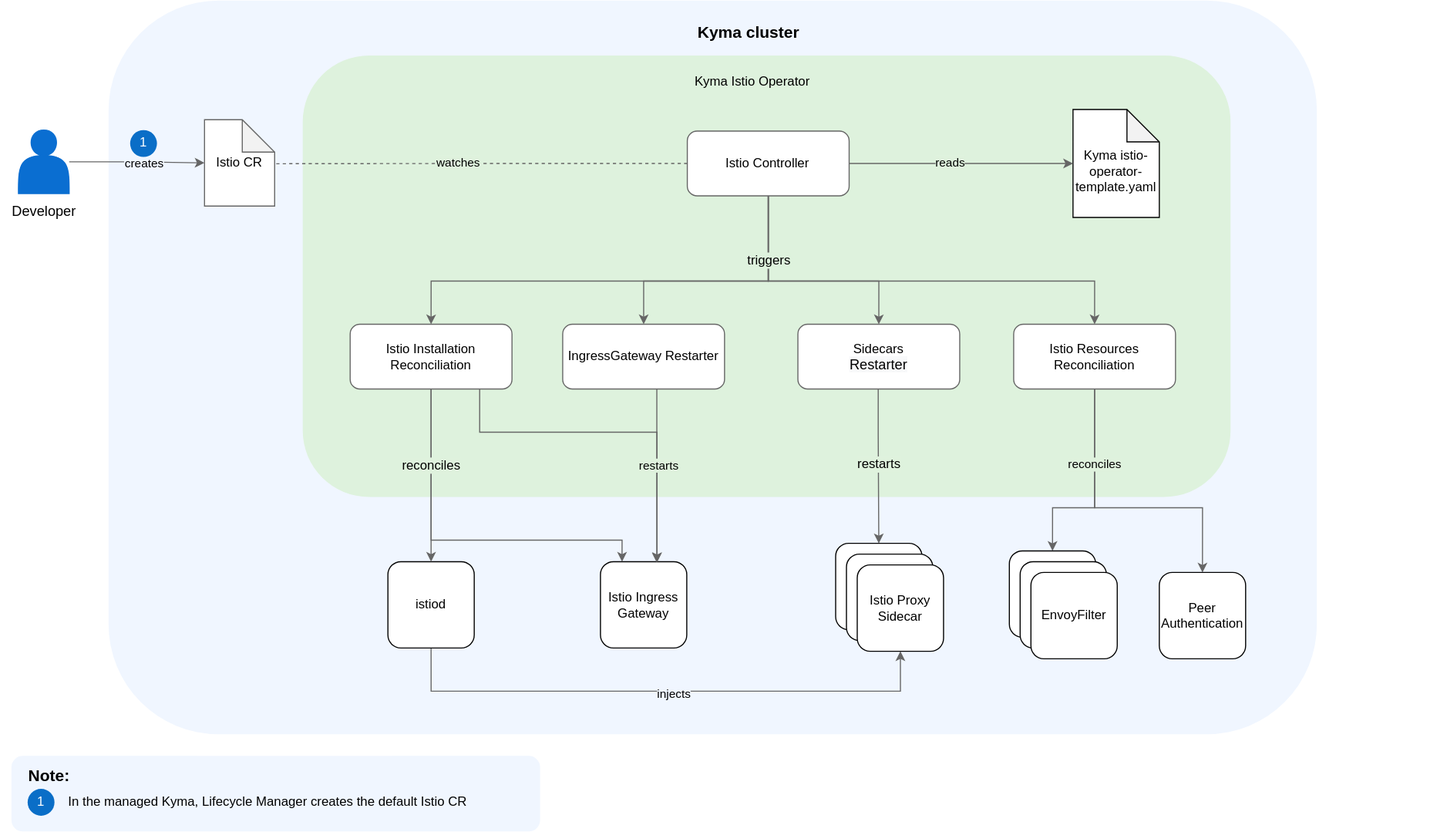
This is docs/assets/istio-operator-overview.svg from kyma-project/istio, a draw.io export, as it was before one commit. Source tidied: cells renumbered, new cells last; positions are measured from the earlier drawing's top-left corner, leaving out a move shared by most shapes.
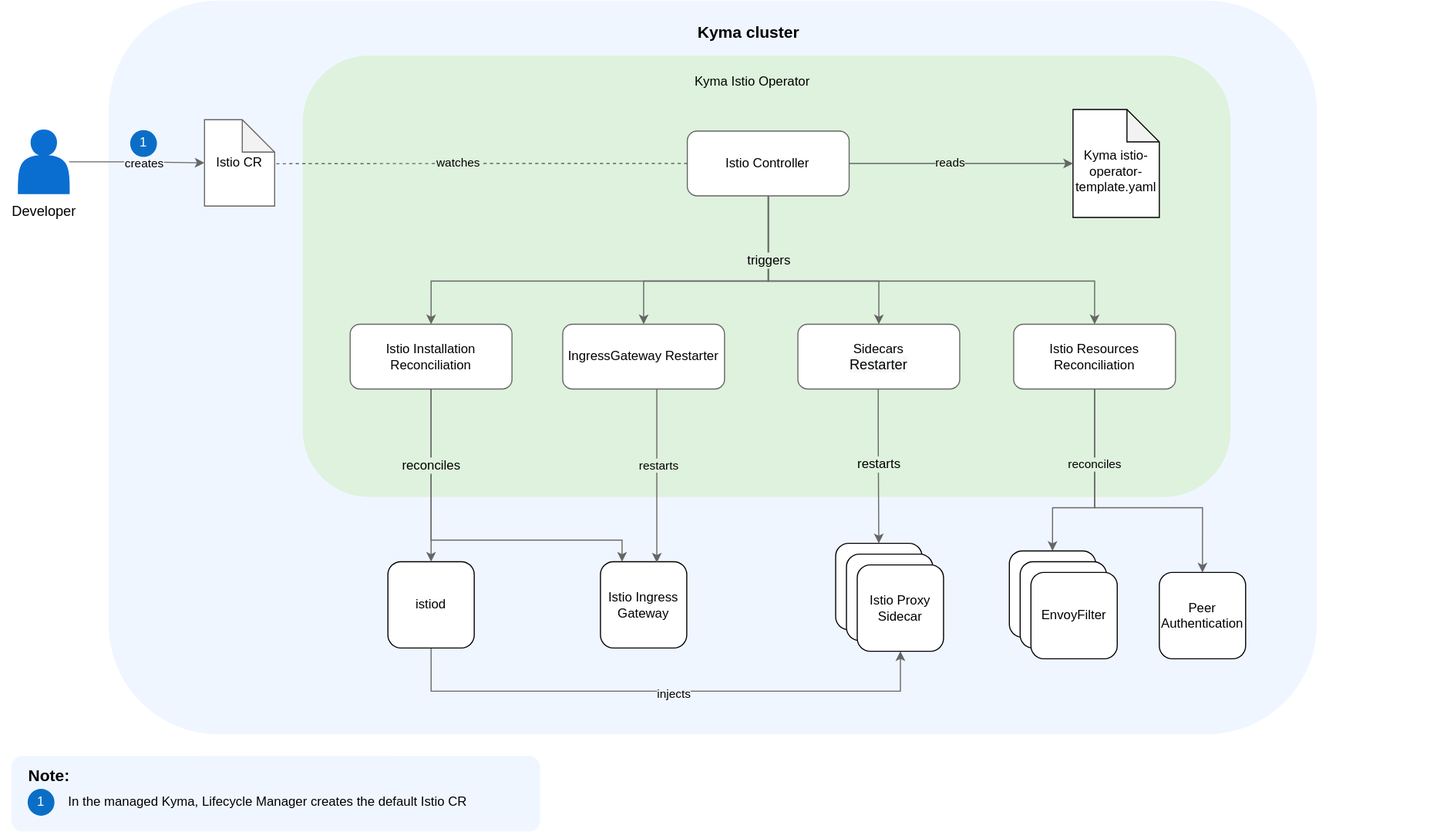
The same diagram one commit later.

Change to the diagram source:
```diff
@@ -105,15 +105,6 @@
         </Array>
       </mxGeometry>
     </mxCell>
-    <mxCell id="23" style="edgeStyle=orthogonalEdgeStyle;rounded=0;jettySize=auto;html=1;entryX=0.656;entryY=0.005;entryDx=0;entryDy=0;entryPerimeter=0;strokeColor=#666666;" parent="1" edge="1" source="24" target="37">
-      <mxGeometry relative="1" as="geometry">
-        <Array as="points">
-          <mxPoint x="444" y="400" />
-          <mxPoint x="608" y="400" />
-          <mxPoint x="608" y="520" />
-        </Array>
-      </mxGeometry>
-    </mxCell>
     <mxCell id="24" value="Istio Installation Reconciliation" style="rounded=1;whiteSpace=wrap;html=1;strokeColor=#666666;fontSize=12;" parent="1" vertex="1">
       <mxGeometry x="324" y="300" width="150" height="60" as="geometry" />
     </mxCell>
```
